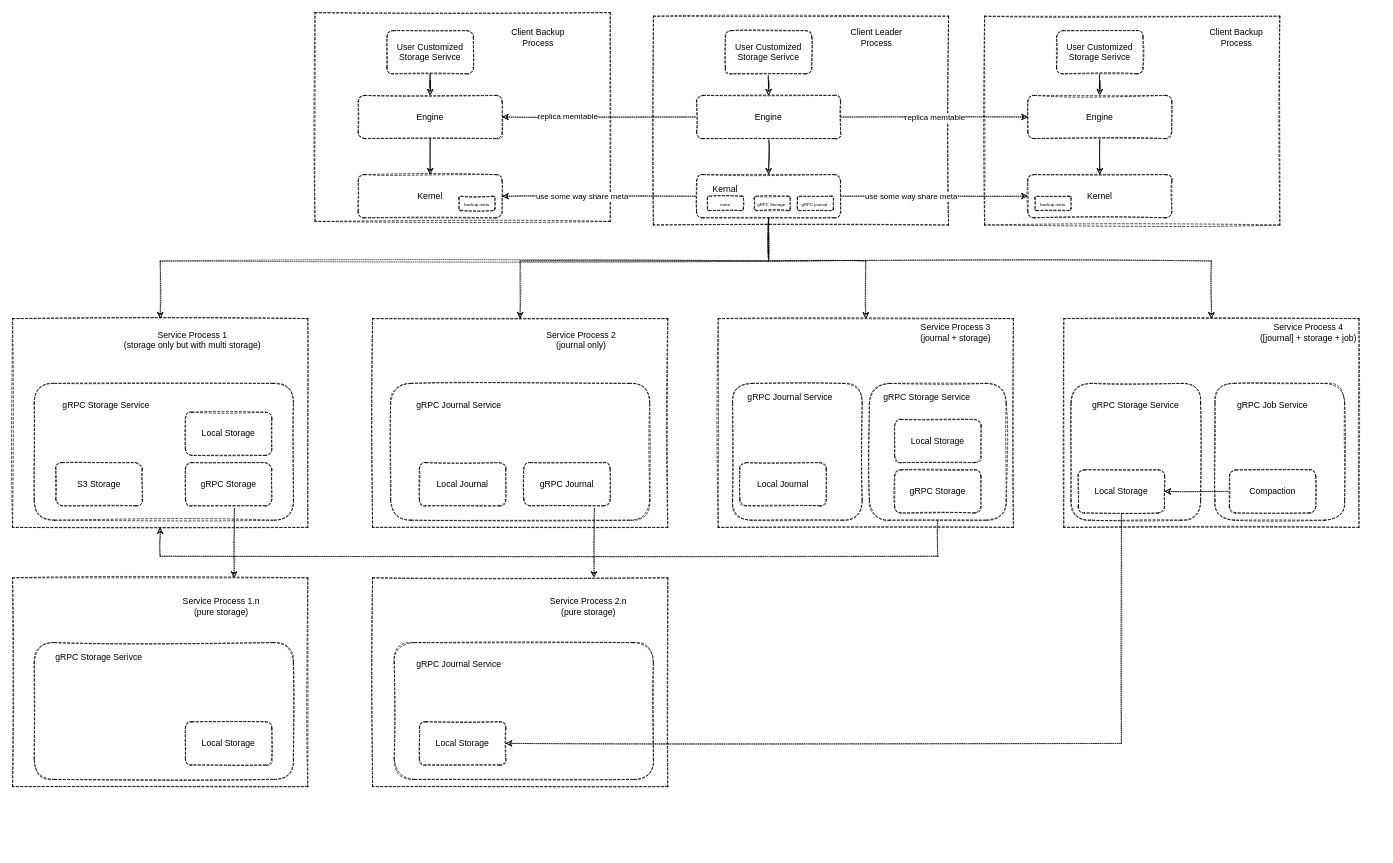
Above: ep.drawio in zojw/misc (draw.io), before the change. Source tidied: cells renumbered, new cells numbered last; positions are measured from the earlier drawing's top-left corner, leaving out a move shared by most shapes. Both pictures are drawn from the tidied source at 72%, with x=0, y=0 at pixel (12, 12).
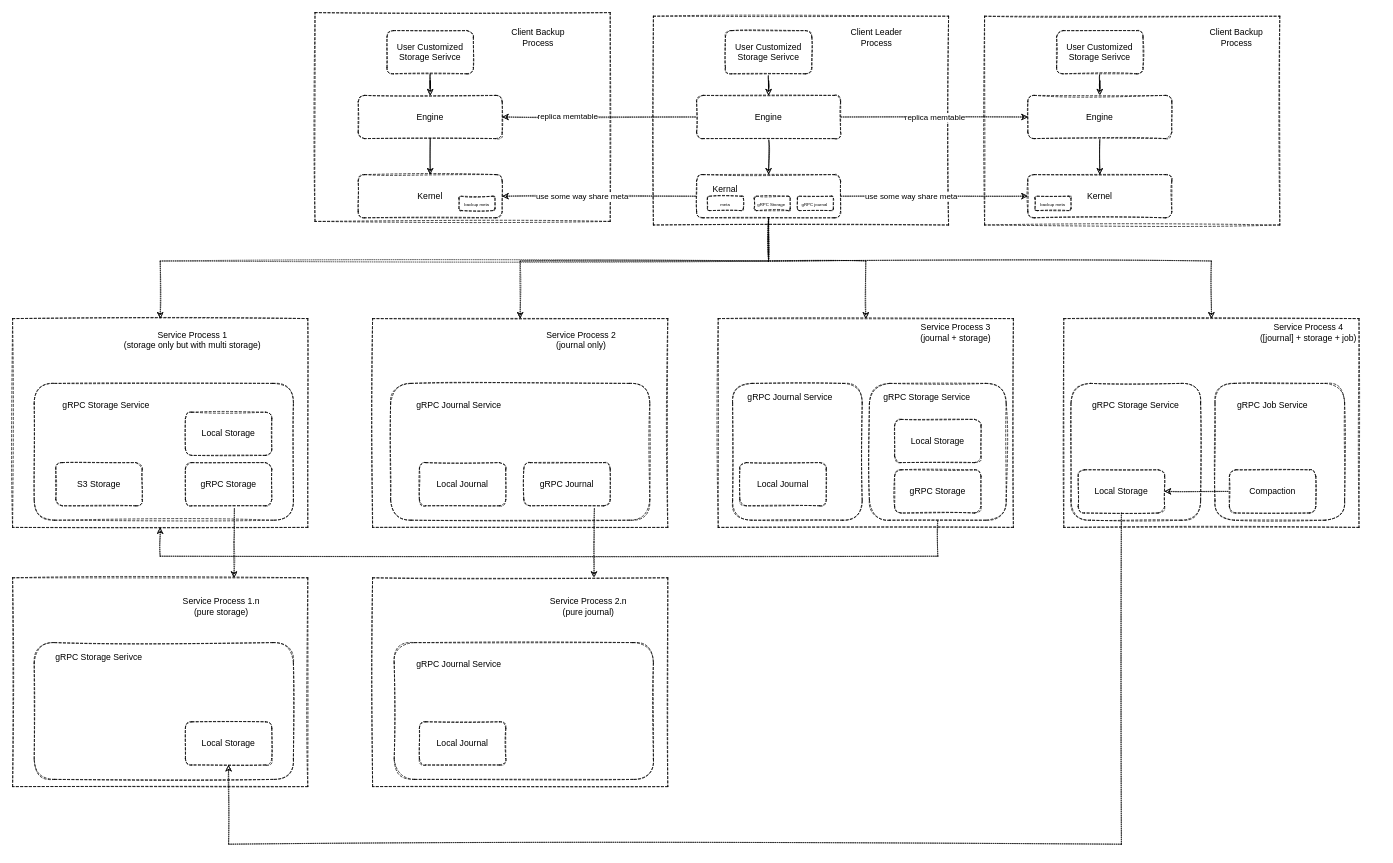
The same diagram, later.

Unchanged cells that the change refers to:
```xml
<mxCell id="47" value="Local Storage" style="rounded=1;whiteSpace=wrap;html=1;dashed=1;sketch=1;" parent="1" vertex="1">
  <mxGeometry x="240" y="985" width="120" height="60" as="geometry" />
</mxCell>
<mxCell id="76" value="Local Storage" style="rounded=1;whiteSpace=wrap;html=1;dashed=1;sketch=1;" parent="1" vertex="1">
  <mxGeometry x="1480" y="635" width="120" height="60" as="geometry" />
</mxCell>
```

Change to the diagram source:
```diff
@@
-    <mxCell id="56" value="Local Storage" style="rounded=1;whiteSpace=wrap;html=1;dashed=1;sketch=1;" parent="1" vertex="1">
+    <mxCell id="56" value="Local Journal" style="rounded=1;whiteSpace=wrap;html=1;dashed=1;sketch=1;" parent="1" vertex="1">
       <mxGeometry x="565" y="985" width="120" height="60" as="geometry" />
     </mxCell>
@@
-    <mxCell id="58" value="Service Process 2.n&lt;br&gt;(pure storage)" style="text;html=1;strokeColor=none;fillColor=none;align=center;verticalAlign=middle;whiteSpace=wrap;rounded=0;dashed=1;sketch=1;" parent="1" vertex="1">
+    <mxCell id="58" value="Service Process 2.n&lt;br&gt;(pure journal)" style="text;html=1;strokeColor=none;fillColor=none;align=center;verticalAlign=middle;whiteSpace=wrap;rounded=0;dashed=1;sketch=1;" parent="1" vertex="1">
       <mxGeometry x="700" y="815" width="200" height="20" as="geometry" />
     </mxCell>
@@
-    <mxCell id="79" style="edgeStyle=orthogonalEdgeStyle;rounded=0;sketch=1;jettySize=auto;html=1;exitX=1;exitY=0.5;exitDx=0;exitDy=0;entryX=0.5;entryY=1;entryDx=0;entryDy=0;dashed=1;dashPattern=1 2;startArrow=classic;startFill=1;endArrow=none;endFill=0;" parent="1" edge="1" source="56" target="76">
-      <mxGeometry relative="1" as="geometry" />
+    <mxCell id="79" style="edgeStyle=orthogonalEdgeStyle;rounded=0;sketch=1;jettySize=auto;html=1;entryX=0.5;entryY=1;entryDx=0;entryDy=0;dashed=1;dashPattern=1 2;startArrow=classic;startFill=1;endArrow=none;endFill=0;" parent="1" edge="1" source="47" target="76">
+      <mxGeometry relative="1" as="geometry">
+        <Array as="points">
+          <mxPoint x="300" y="1155" />
+          <mxPoint x="1540" y="1155" />
+        </Array>
+      </mxGeometry>
     </mxCell>
```
